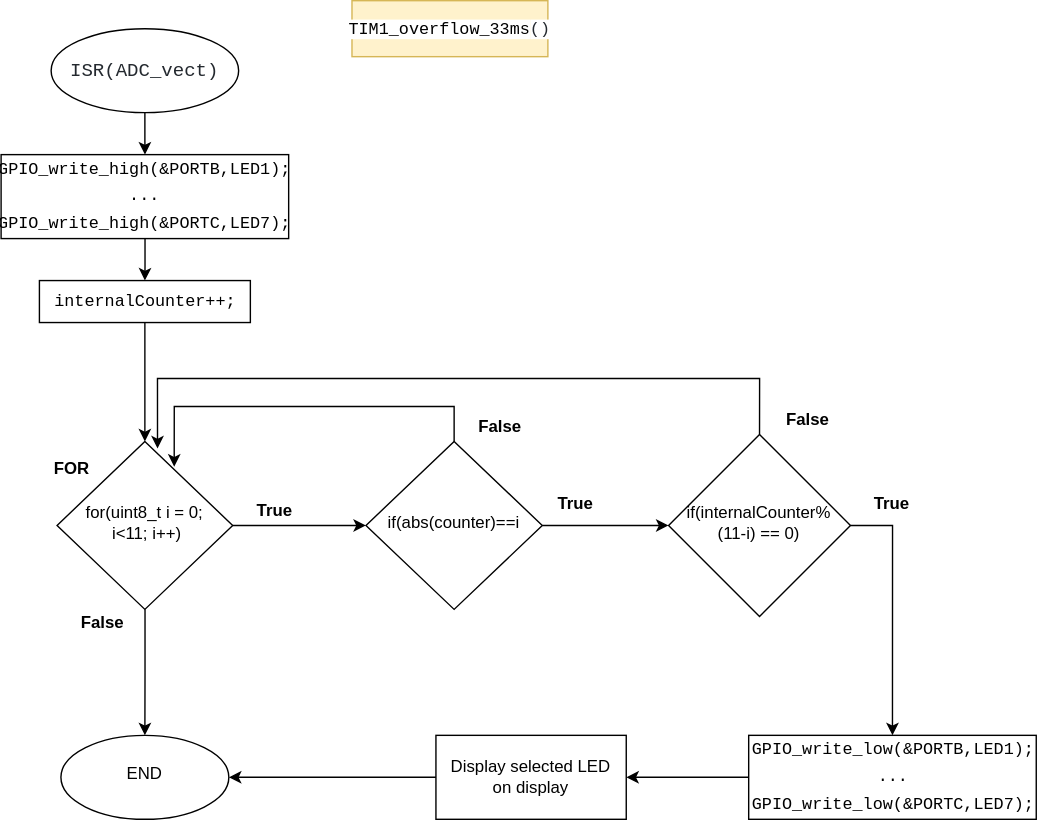
xsedla1y/digital-electronics-2 keeps this draw.io diagram as Project1/images/project_LEDS.svg. Above is the earlier version. Source tidied: cells renumbered, new cells last; positions are measured from the earlier drawing's top-left corner, leaving out a move shared by most shapes. The source it was exported from:
```xml
<mxGraphModel>
  <root>
    <mxCell id="0" />
    <mxCell id="1" parent="0" />
    <mxCell id="2" value="True" style="text;html=1;strokeColor=none;fillColor=none;align=center;verticalAlign=middle;whiteSpace=wrap;rounded=0;fontStyle=1;" parent="1" vertex="1">
      <mxGeometry x="165.8" y="350" width="60" height="30" as="geometry" />
    </mxCell>
    <mxCell id="3" style="edgeStyle=orthogonalEdgeStyle;rounded=0;jettySize=auto;html=1;" parent="1" edge="1" source="4" target="21">
      <mxGeometry relative="1" as="geometry" />
    </mxCell>
    <mxCell id="4" value="&lt;div style=&quot;font-family: Consolas, &amp;quot;Courier New&amp;quot;, monospace; line-height: 19px;&quot;&gt;&lt;font style=&quot;font-size: 12px;&quot;&gt;GPIO_write_high(&amp;amp;PORTB,LED1);&lt;/font&gt;&lt;/div&gt;&lt;div style=&quot;font-family: Consolas, &amp;quot;Courier New&amp;quot;, monospace; line-height: 19px;&quot;&gt;&lt;font style=&quot;font-size: 12px;&quot;&gt;...&lt;/font&gt;&lt;/div&gt;&lt;div style=&quot;line-height: 19px;&quot;&gt;&lt;font style=&quot;&quot;&gt;&lt;font face=&quot;Consolas, Courier New, monospace&quot;&gt;GPIO_write_high(&amp;amp;PORTC,LED7);&lt;/font&gt;&lt;br&gt;&lt;/font&gt;&lt;/div&gt;" style="rounded=0;whiteSpace=wrap;html=1;fontSize=12;glass=0;strokeWidth=1;shadow=0;" parent="1" vertex="1">
      <mxGeometry x="0.2" y="110" width="205.5" height="60" as="geometry" />
    </mxCell>
    <mxCell id="5" style="edgeStyle=orthogonalEdgeStyle;rounded=0;jettySize=auto;html=1;entryX=0.5;entryY=0;entryDx=0;entryDy=0;" parent="1" edge="1" source="7" target="10">
      <mxGeometry relative="1" as="geometry" />
    </mxCell>
    <mxCell id="6" style="edgeStyle=orthogonalEdgeStyle;rounded=0;jettySize=auto;html=1;exitX=1;exitY=0.5;exitDx=0;exitDy=0;entryX=0;entryY=0.5;entryDx=0;entryDy=0;" parent="1" edge="1" source="7" target="14">
      <mxGeometry relative="1" as="geometry" />
    </mxCell>
    <mxCell id="7" value="for(uint8_t i = 0;&lt;br&gt;&amp;nbsp;i&amp;lt;11; i++)" style="rhombus;whiteSpace=wrap;html=1;shadow=0;fontFamily=Helvetica;fontSize=12;align=center;strokeWidth=1;spacing=6;spacingTop=-4;" parent="1" vertex="1">
      <mxGeometry x="40.2" y="315" width="125.5" height="120" as="geometry" />
    </mxCell>
    <mxCell id="8" style="edgeStyle=orthogonalEdgeStyle;rounded=0;jettySize=auto;html=1;" parent="1" edge="1" source="9" target="4">
      <mxGeometry relative="1" as="geometry" />
    </mxCell>
    <mxCell id="9" value="&lt;div style=&quot;text-align: left;&quot;&gt;&lt;span style=&quot;background-color: initial; font-size: 13.6px;&quot;&gt;&lt;font face=&quot;ui-monospace, SFMono-Regular, SF Mono, Menlo, Consolas, Liberation Mono, monospace&quot; color=&quot;#24292f&quot;&gt;ISR(ADC_vect)&lt;/font&gt;&lt;/span&gt;&lt;/div&gt;" style="ellipse;whiteSpace=wrap;html=1;" parent="1" vertex="1">
      <mxGeometry x="36" y="20" width="134" height="60" as="geometry" />
    </mxCell>
    <mxCell id="10" value="END" style="ellipse;whiteSpace=wrap;html=1;shadow=0;strokeWidth=1;spacing=6;spacingTop=-4;" parent="1" vertex="1">
      <mxGeometry x="43" y="525" width="120" height="60" as="geometry" />
    </mxCell>
    <mxCell id="11" value="False" style="text;html=1;strokeColor=none;fillColor=none;align=center;verticalAlign=middle;whiteSpace=wrap;rounded=0;fontStyle=1;" parent="1" vertex="1">
      <mxGeometry x="43" y="430" width="60" height="30" as="geometry" />
    </mxCell>
    <mxCell id="12" style="edgeStyle=orthogonalEdgeStyle;rounded=0;jettySize=auto;html=1;" parent="1" edge="1" source="14" target="19">
      <mxGeometry relative="1" as="geometry" />
    </mxCell>
    <mxCell id="13" style="edgeStyle=orthogonalEdgeStyle;rounded=0;jettySize=auto;html=1;exitX=0.5;exitY=0;exitDx=0;exitDy=0;entryX=0.667;entryY=0.15;entryDx=0;entryDy=0;entryPerimeter=0;" parent="1" edge="1" source="14" target="7">
      <mxGeometry relative="1" as="geometry">
        <Array as="points">
          <mxPoint x="324" y="290" />
          <mxPoint x="124" y="290" />
        </Array>
      </mxGeometry>
    </mxCell>
    <mxCell id="14" value="if(abs(counter)==i" style="rhombus;whiteSpace=wrap;html=1;shadow=0;strokeWidth=1;spacing=6;spacingTop=-4;" parent="1" vertex="1">
      <mxGeometry x="261" y="315" width="126" height="120" as="geometry" />
    </mxCell>
    <mxCell id="15" value="&lt;span style=&quot;box-sizing: border-box; color: var(--color-prettylights-syntax-entity); font-family: ui-monospace, SFMono-Regular, &amp;quot;SF Mono&amp;quot;, Menlo, Consolas, &amp;quot;Liberation Mono&amp;quot;, monospace; font-size: 12px; font-style: normal; font-variant-ligatures: normal; font-variant-caps: normal; font-weight: 400; letter-spacing: normal; orphans: 2; text-indent: 0px; text-transform: none; widows: 2; word-spacing: 0px; -webkit-text-stroke-width: 0px; background-color: rgb(255, 255, 255); text-decoration-thickness: initial; text-decoration-style: initial; text-decoration-color: initial;&quot; class=&quot;pl-en&quot;&gt;TIM1_overflow_33ms&lt;/span&gt;&lt;span style=&quot;color: rgb(36, 41, 47); font-family: ui-monospace, SFMono-Regular, &amp;quot;SF Mono&amp;quot;, Menlo, Consolas, &amp;quot;Liberation Mono&amp;quot;, monospace; font-size: 12px; font-style: normal; font-variant-ligatures: normal; font-variant-caps: normal; font-weight: 400; letter-spacing: normal; orphans: 2; text-indent: 0px; text-transform: none; widows: 2; word-spacing: 0px; -webkit-text-stroke-width: 0px; background-color: rgb(255, 255, 255); text-decoration-thickness: initial; text-decoration-style: initial; text-decoration-color: initial; float: none; display: inline !important;&quot;&gt;()&lt;/span&gt;" style="rounded=0;whiteSpace=wrap;html=1;align=center;verticalAlign=middle;fillColor=#fff2cc;strokeColor=#d6b656;" parent="1" vertex="1">
      <mxGeometry x="251" width="140" height="40" as="geometry" />
    </mxCell>
    <mxCell id="16" value="&lt;b&gt;FOR&lt;/b&gt;" style="text;html=1;strokeColor=none;fillColor=none;align=center;verticalAlign=middle;whiteSpace=wrap;rounded=0;" parent="1" vertex="1">
      <mxGeometry x="21" y="320" width="60" height="30" as="geometry" />
    </mxCell>
    <mxCell id="17" style="edgeStyle=orthogonalEdgeStyle;rounded=0;jettySize=auto;html=1;exitX=1;exitY=0.5;exitDx=0;exitDy=0;entryX=0.5;entryY=0;entryDx=0;entryDy=0;" parent="1" edge="1" source="19" target="25">
      <mxGeometry relative="1" as="geometry" />
    </mxCell>
    <mxCell id="18" style="edgeStyle=orthogonalEdgeStyle;rounded=0;jettySize=auto;html=1;exitX=0.5;exitY=0;exitDx=0;exitDy=0;entryX=0.572;entryY=0.042;entryDx=0;entryDy=0;entryPerimeter=0;" parent="1" edge="1" source="19" target="7">
      <mxGeometry relative="1" as="geometry">
        <Array as="points">
          <mxPoint x="542" y="270" />
          <mxPoint x="112" y="270" />
        </Array>
      </mxGeometry>
    </mxCell>
    <mxCell id="19" value="if(internalCounter%(11-i) == 0)" style="rhombus;whiteSpace=wrap;html=1;shadow=0;strokeWidth=1;spacing=6;spacingTop=-4;" parent="1" vertex="1">
      <mxGeometry x="477.2" y="310" width="130" height="130" as="geometry" />
    </mxCell>
    <mxCell id="20" style="edgeStyle=orthogonalEdgeStyle;rounded=0;jettySize=auto;html=1;exitX=0.5;exitY=1;exitDx=0;exitDy=0;entryX=0.5;entryY=0;entryDx=0;entryDy=0;" parent="1" edge="1" source="21" target="7">
      <mxGeometry relative="1" as="geometry" />
    </mxCell>
    <mxCell id="21" value="&lt;div style=&quot;line-height: 19px;&quot;&gt;&lt;font face=&quot;Consolas, Courier New, monospace&quot;&gt;internalCounter++;&lt;/font&gt;&lt;br&gt;&lt;/div&gt;" style="rounded=0;whiteSpace=wrap;html=1;fontSize=12;glass=0;strokeWidth=1;shadow=0;" parent="1" vertex="1">
      <mxGeometry x="27.6" y="200" width="150.8" height="30" as="geometry" />
    </mxCell>
    <mxCell id="22" value="True" style="text;html=1;strokeColor=none;fillColor=none;align=center;verticalAlign=middle;whiteSpace=wrap;rounded=0;fontStyle=1;" parent="1" vertex="1">
      <mxGeometry x="381" y="345" width="60" height="30" as="geometry" />
    </mxCell>
    <mxCell id="23" value="True" style="text;html=1;strokeColor=none;fillColor=none;align=center;verticalAlign=middle;whiteSpace=wrap;rounded=0;fontStyle=1;" parent="1" vertex="1">
      <mxGeometry x="607.2" y="345" width="60" height="30" as="geometry" />
    </mxCell>
    <mxCell id="24" style="edgeStyle=orthogonalEdgeStyle;rounded=0;jettySize=auto;html=1;" parent="1" edge="1" source="25" target="29">
      <mxGeometry relative="1" as="geometry" />
    </mxCell>
    <mxCell id="25" value="&lt;div style=&quot;font-family: Consolas, &amp;quot;Courier New&amp;quot;, monospace; line-height: 19px;&quot;&gt;&lt;font style=&quot;font-size: 12px;&quot;&gt;GPIO_write_low(&amp;amp;PORTB,LED1);&lt;/font&gt;&lt;/div&gt;&lt;div style=&quot;font-family: Consolas, &amp;quot;Courier New&amp;quot;, monospace; line-height: 19px;&quot;&gt;&lt;font style=&quot;font-size: 12px;&quot;&gt;...&lt;/font&gt;&lt;/div&gt;&lt;div style=&quot;line-height: 19px;&quot;&gt;&lt;font style=&quot;&quot;&gt;&lt;font face=&quot;Consolas, Courier New, monospace&quot;&gt;GPIO_write_low(&amp;amp;PORTC,LED7);&lt;/font&gt;&lt;br&gt;&lt;/font&gt;&lt;/div&gt;" style="rounded=0;whiteSpace=wrap;html=1;fontSize=12;glass=0;strokeWidth=1;shadow=0;" parent="1" vertex="1">
      <mxGeometry x="534.5" y="525" width="205.5" height="60" as="geometry" />
    </mxCell>
    <mxCell id="26" value="False" style="text;html=1;strokeColor=none;fillColor=none;align=center;verticalAlign=middle;whiteSpace=wrap;rounded=0;fontStyle=1;" parent="1" vertex="1">
      <mxGeometry x="327" y="290" width="60" height="30" as="geometry" />
    </mxCell>
    <mxCell id="27" value="False" style="text;html=1;strokeColor=none;fillColor=none;align=center;verticalAlign=middle;whiteSpace=wrap;rounded=0;fontStyle=1;" parent="1" vertex="1">
      <mxGeometry x="547.2" y="285" width="60" height="30" as="geometry" />
    </mxCell>
    <mxCell id="28" style="edgeStyle=orthogonalEdgeStyle;rounded=0;jettySize=auto;html=1;exitX=0;exitY=0.5;exitDx=0;exitDy=0;entryX=1;entryY=0.5;entryDx=0;entryDy=0;" parent="1" edge="1" source="29" target="10">
      <mxGeometry relative="1" as="geometry" />
    </mxCell>
    <mxCell id="29" value="Display selected LED&lt;br&gt;on display" style="rounded=0;whiteSpace=wrap;html=1;glass=0;strokeWidth=1;shadow=0;" parent="1" vertex="1">
      <mxGeometry x="311" y="525" width="136" height="60" as="geometry" />
    </mxCell>
  </root>
</mxGraphModel>
```
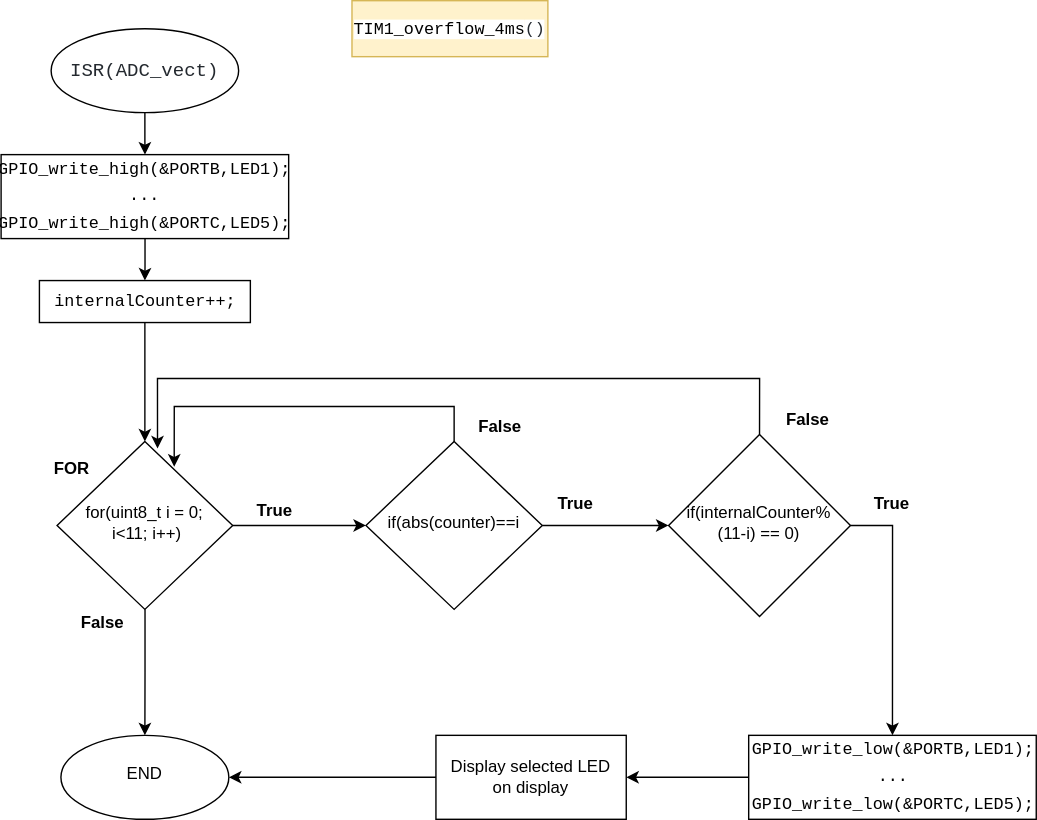
The same file after the commit.

What changed in the source:
```diff
@@ -8,7 +8,7 @@
     <mxCell id="3" style="edgeStyle=orthogonalEdgeStyle;rounded=0;jettySize=auto;html=1;" parent="1" edge="1" source="4" target="21">
       <mxGeometry relative="1" as="geometry" />
     </mxCell>
-    <mxCell id="4" value="&lt;div style=&quot;font-family: Consolas, &amp;quot;Courier New&amp;quot;, monospace; line-height: 19px;&quot;&gt;&lt;font style=&quot;font-size: 12px;&quot;&gt;GPIO_write_high(&amp;amp;PORTB,LED1);&lt;/font&gt;&lt;/div&gt;&lt;div style=&quot;font-family: Consolas, &amp;quot;Courier New&amp;quot;, monospace; line-height: 19px;&quot;&gt;&lt;font style=&quot;font-size: 12px;&quot;&gt;...&lt;/font&gt;&lt;/div&gt;&lt;div style=&quot;line-height: 19px;&quot;&gt;&lt;font style=&quot;&quot;&gt;&lt;font face=&quot;Consolas, Courier New, monospace&quot;&gt;GPIO_write_high(&amp;amp;PORTC,LED7);&lt;/font&gt;&lt;br&gt;&lt;/font&gt;&lt;/div&gt;" style="rounded=0;whiteSpace=wrap;html=1;fontSize=12;glass=0;strokeWidth=1;shadow=0;" parent="1" vertex="1">
+    <mxCell id="4" value="&lt;div style=&quot;font-family: Consolas, &amp;quot;Courier New&amp;quot;, monospace; line-height: 19px;&quot;&gt;&lt;font style=&quot;font-size: 12px;&quot;&gt;GPIO_write_high(&amp;amp;PORTB,LED1);&lt;/font&gt;&lt;/div&gt;&lt;div style=&quot;font-family: Consolas, &amp;quot;Courier New&amp;quot;, monospace; line-height: 19px;&quot;&gt;&lt;font style=&quot;font-size: 12px;&quot;&gt;...&lt;/font&gt;&lt;/div&gt;&lt;div style=&quot;line-height: 19px;&quot;&gt;&lt;font style=&quot;&quot;&gt;&lt;font face=&quot;Consolas, Courier New, monospace&quot;&gt;GPIO_write_high(&amp;amp;PORTC,LED5);&lt;/font&gt;&lt;br&gt;&lt;/font&gt;&lt;/div&gt;" style="rounded=0;whiteSpace=wrap;html=1;fontSize=12;glass=0;strokeWidth=1;shadow=0;" parent="1" vertex="1">
       <mxGeometry x="0.2" y="110" width="205.5" height="60" as="geometry" />
     </mxCell>
     <mxCell id="5" style="edgeStyle=orthogonalEdgeStyle;rounded=0;jettySize=auto;html=1;entryX=0.5;entryY=0;entryDx=0;entryDy=0;" parent="1" edge="1" source="7" target="10">
@@ -46,7 +46,7 @@
     <mxCell id="14" value="if(abs(counter)==i" style="rhombus;whiteSpace=wrap;html=1;shadow=0;strokeWidth=1;spacing=6;spacingTop=-4;" parent="1" vertex="1">
       <mxGeometry x="261" y="315" width="126" height="120" as="geometry" />
     </mxCell>
-    <mxCell id="15" value="&lt;span style=&quot;box-sizing: border-box; color: var(--color-prettylights-syntax-entity); font-family: ui-monospace, SFMono-Regular, &amp;quot;SF Mono&amp;quot;, Menlo, Consolas, &amp;quot;Liberation Mono&amp;quot;, monospace; font-size: 12px; font-style: normal; font-variant-ligatures: normal; font-variant-caps: normal; font-weight: 400; letter-spacing: normal; orphans: 2; text-indent: 0px; text-transform: none; widows: 2; word-spacing: 0px; -webkit-text-stroke-width: 0px; background-color: rgb(255, 255, 255); text-decoration-thickness: initial; text-decoration-style: initial; text-decoration-color: initial;&quot; class=&quot;pl-en&quot;&gt;TIM1_overflow_33ms&lt;/span&gt;&lt;span style=&quot;color: rgb(36, 41, 47); font-family: ui-monospace, SFMono-Regular, &amp;quot;SF Mono&amp;quot;, Menlo, Consolas, &amp;quot;Liberation Mono&amp;quot;, monospace; font-size: 12px; font-style: normal; font-variant-ligatures: normal; font-variant-caps: normal; font-weight: 400; letter-spacing: normal; orphans: 2; text-indent: 0px; text-transform: none; widows: 2; word-spacing: 0px; -webkit-text-stroke-width: 0px; background-color: rgb(255, 255, 255); text-decoration-thickness: initial; text-decoration-style: initial; text-decoration-color: initial; float: none; display: inline !important;&quot;&gt;()&lt;/span&gt;" style="rounded=0;whiteSpace=wrap;html=1;align=center;verticalAlign=middle;fillColor=#fff2cc;strokeColor=#d6b656;" parent="1" vertex="1">
+    <mxCell id="15" value="&lt;span style=&quot;box-sizing: border-box; color: var(--color-prettylights-syntax-entity); font-family: ui-monospace, SFMono-Regular, &amp;quot;SF Mono&amp;quot;, Menlo, Consolas, &amp;quot;Liberation Mono&amp;quot;, monospace; font-size: 12px; font-style: normal; font-variant-ligatures: normal; font-variant-caps: normal; font-weight: 400; letter-spacing: normal; orphans: 2; text-indent: 0px; text-transform: none; widows: 2; word-spacing: 0px; -webkit-text-stroke-width: 0px; background-color: rgb(255, 255, 255); text-decoration-thickness: initial; text-decoration-style: initial; text-decoration-color: initial;&quot; class=&quot;pl-en&quot;&gt;TIM1_overflow_4ms&lt;/span&gt;&lt;span style=&quot;color: rgb(36, 41, 47); font-family: ui-monospace, SFMono-Regular, &amp;quot;SF Mono&amp;quot;, Menlo, Consolas, &amp;quot;Liberation Mono&amp;quot;, monospace; font-size: 12px; font-style: normal; font-variant-ligatures: normal; font-variant-caps: normal; font-weight: 400; letter-spacing: normal; orphans: 2; text-indent: 0px; text-transform: none; widows: 2; word-spacing: 0px; -webkit-text-stroke-width: 0px; background-color: rgb(255, 255, 255); text-decoration-thickness: initial; text-decoration-style: initial; text-decoration-color: initial; float: none; display: inline !important;&quot;&gt;()&lt;/span&gt;" style="rounded=0;whiteSpace=wrap;html=1;align=center;verticalAlign=middle;fillColor=#fff2cc;strokeColor=#d6b656;" parent="1" vertex="1">
       <mxGeometry x="251" width="140" height="40" as="geometry" />
     </mxCell>
     <mxCell id="16" value="&lt;b&gt;FOR&lt;/b&gt;" style="text;html=1;strokeColor=none;fillColor=none;align=center;verticalAlign=middle;whiteSpace=wrap;rounded=0;" parent="1" vertex="1">
@@ -81,7 +81,7 @@
     <mxCell id="24" style="edgeStyle=orthogonalEdgeStyle;rounded=0;jettySize=auto;html=1;" parent="1" edge="1" source="25" target="29">
       <mxGeometry relative="1" as="geometry" />
     </mxCell>
-    <mxCell id="25" value="&lt;div style=&quot;font-family: Consolas, &amp;quot;Courier New&amp;quot;, monospace; line-height: 19px;&quot;&gt;&lt;font style=&quot;font-size: 12px;&quot;&gt;GPIO_write_low(&amp;amp;PORTB,LED1);&lt;/font&gt;&lt;/div&gt;&lt;div style=&quot;font-family: Consolas, &amp;quot;Courier New&amp;quot;, monospace; line-height: 19px;&quot;&gt;&lt;font style=&quot;font-size: 12px;&quot;&gt;...&lt;/font&gt;&lt;/div&gt;&lt;div style=&quot;line-height: 19px;&quot;&gt;&lt;font style=&quot;&quot;&gt;&lt;font face=&quot;Consolas, Courier New, monospace&quot;&gt;GPIO_write_low(&amp;amp;PORTC,LED7);&lt;/font&gt;&lt;br&gt;&lt;/font&gt;&lt;/div&gt;" style="rounded=0;whiteSpace=wrap;html=1;fontSize=12;glass=0;strokeWidth=1;shadow=0;" parent="1" vertex="1">
+    <mxCell id="25" value="&lt;div style=&quot;font-family: Consolas, &amp;quot;Courier New&amp;quot;, monospace; line-height: 19px;&quot;&gt;&lt;font style=&quot;font-size: 12px;&quot;&gt;GPIO_write_low(&amp;amp;PORTB,LED1);&lt;/font&gt;&lt;/div&gt;&lt;div style=&quot;font-family: Consolas, &amp;quot;Courier New&amp;quot;, monospace; line-height: 19px;&quot;&gt;&lt;font style=&quot;font-size: 12px;&quot;&gt;...&lt;/font&gt;&lt;/div&gt;&lt;div style=&quot;line-height: 19px;&quot;&gt;&lt;font style=&quot;&quot;&gt;&lt;font face=&quot;Consolas, Courier New, monospace&quot;&gt;GPIO_write_low(&amp;amp;PORTC,LED5);&lt;/font&gt;&lt;br&gt;&lt;/font&gt;&lt;/div&gt;" style="rounded=0;whiteSpace=wrap;html=1;fontSize=12;glass=0;strokeWidth=1;shadow=0;" parent="1" vertex="1">
       <mxGeometry x="534.5" y="525" width="205.5" height="60" as="geometry" />
     </mxCell>
     <mxCell id="26" value="False" style="text;html=1;strokeColor=none;fillColor=none;align=center;verticalAlign=middle;whiteSpace=wrap;rounded=0;fontStyle=1;" parent="1" vertex="1">
```
